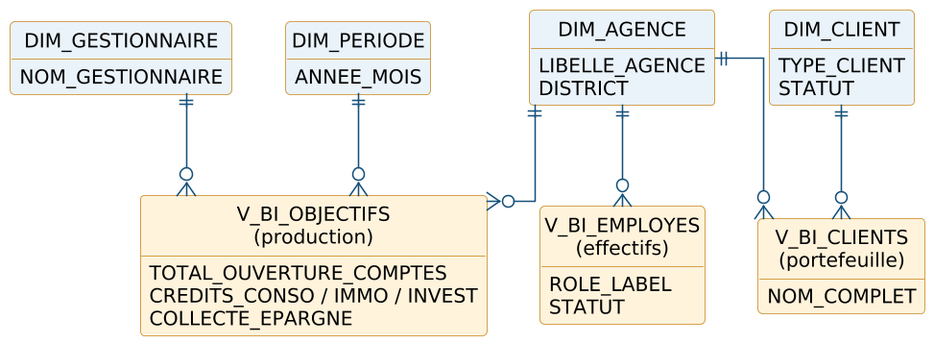
This is rapport-latex/diagrams/bi.png from ZizouX0/oussema_korbosli, a PlantUML export, as it was before one commit. Its diagram source:
```plantuml
@startuml

skinparam dpi 150
skinparam shadowing false
skinparam DefaultFontName Arial
skinparam DefaultFontSize 13
skinparam ArrowColor #14507A
skinparam roundCorner 6

skinparam linetype ortho
skinparam class {
  BackgroundColor #FFF3DC
  BorderColor #C8861A
}
hide circle
hide methods
entity "DIM_AGENCE" as DA #EAF3FA {
  LIBELLE_AGENCE
  DISTRICT
}
entity "DIM_GESTIONNAIRE" as DG #EAF3FA {
  NOM_GESTIONNAIRE
}
entity "DIM_PERIODE" as DP #EAF3FA {
  ANNEE_MOIS
}
entity "DIM_CLIENT" as DCx #EAF3FA {
  TYPE_CLIENT
  STATUT
}
entity "V_BI_OBJECTIFS\n(production)" as F1 {
  TOTAL_OUVERTURE_COMPTES
  CREDITS_CONSO / IMMO / INVEST
  COLLECTE_EPARGNE
}
entity "V_BI_EMPLOYES\n(effectifs)" as F2 {
  ROLE_LABEL
  STATUT
}
entity "V_BI_CLIENTS\n(portefeuille)" as F3 {
  NOM_COMPLET
}
DA ||--o{ F1
DG ||--o{ F1
DP ||--o{ F1
DA ||--o{ F2
DA ||--o{ F3
DCx ||--o{ F3
@enduml
```
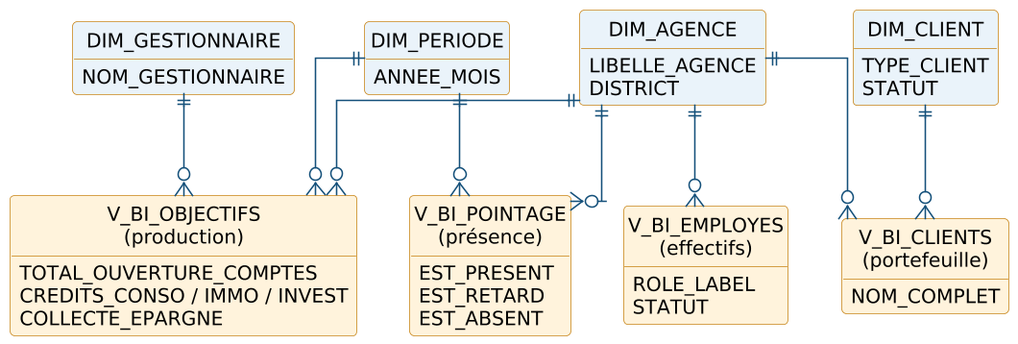
Later version of the same file.

What changed in the source:
```diff
@@ -40,10 +40,17 @@
 entity "V_BI_CLIENTS\n(portefeuille)" as F3 {
   NOM_COMPLET
 }
+entity "V_BI_POINTAGE\n(présence)" as F4 {
+  EST_PRESENT
+  EST_RETARD
+  EST_ABSENT
+}
 DA ||--o{ F1
 DG ||--o{ F1
 DP ||--o{ F1
 DA ||--o{ F2
 DA ||--o{ F3
 DCx ||--o{ F3
+DA ||--o{ F4
+DP ||--o{ F4
 @enduml
```
